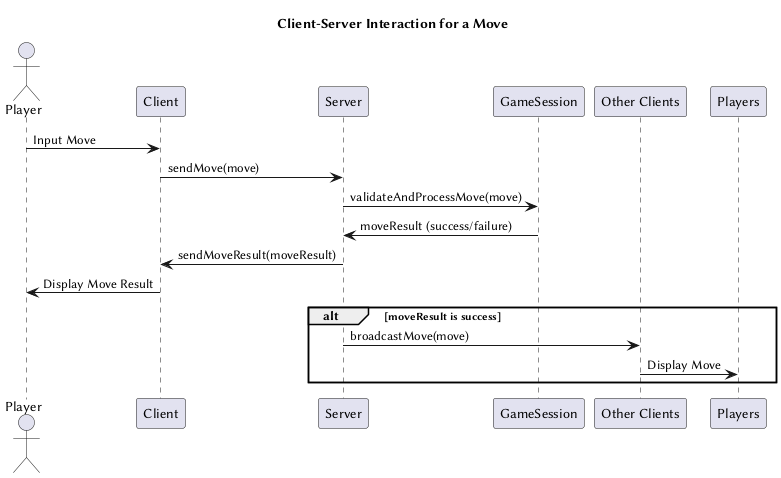
niooch/chinskieWarcaby keeps this PlantUML diagram as diagrams/diagramSekwencjiRuchu.png. Above is the earlier version.
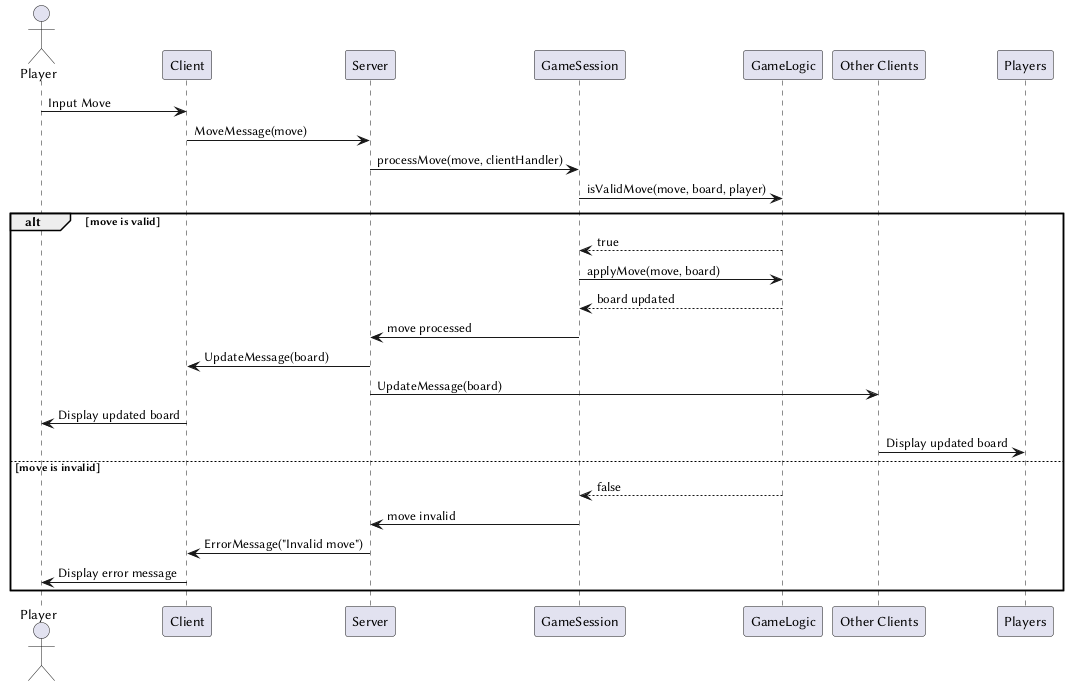
Later version of the same file.

Commit message:
dodanie diagramu sekwencji ruchow

Change to the diagram source:
```diff
@@ -1,23 +1,28 @@
 @startuml
-
-title Client-Server Interaction for a Move
-
 actor Player
 participant Client
 participant Server
 participant GameSession
+participant GameLogic
 participant OtherClients as "Other Clients"
 
 Player -> Client: Input Move
-Client -> Server: sendMove(move)
-Server -> GameSession: validateAndProcessMove(move)
-GameSession -> Server: moveResult (success/failure)
-Server -> Client: sendMoveResult(moveResult)
-Client -> Player: Display Move Result
-
-alt moveResult is success
-    Server -> OtherClients: broadcastMove(move)
-    OtherClients -> Players: Display Move
+Client -> Server: MoveMessage(move)
+Server -> GameSession: processMove(move, clientHandler)
+GameSession -> GameLogic: isValidMove(move, board, player)
+alt move is valid
+    GameLogic --> GameSession: true
+    GameSession -> GameLogic: applyMove(move, board)
+    GameLogic --> GameSession: board updated
+    GameSession -> Server: move processed
+    Server -> Client: UpdateMessage(board)
+    Server -> OtherClients: UpdateMessage(board)
+    Client -> Player: Display updated board
+    OtherClients -> Players: Display updated board
+else move is invalid
+    GameLogic --> GameSession: false
+    GameSession -> Server: move invalid
+    Server -> Client: ErrorMessage("Invalid move")
+    Client -> Player: Display error message
 end
-
 @enduml
```
